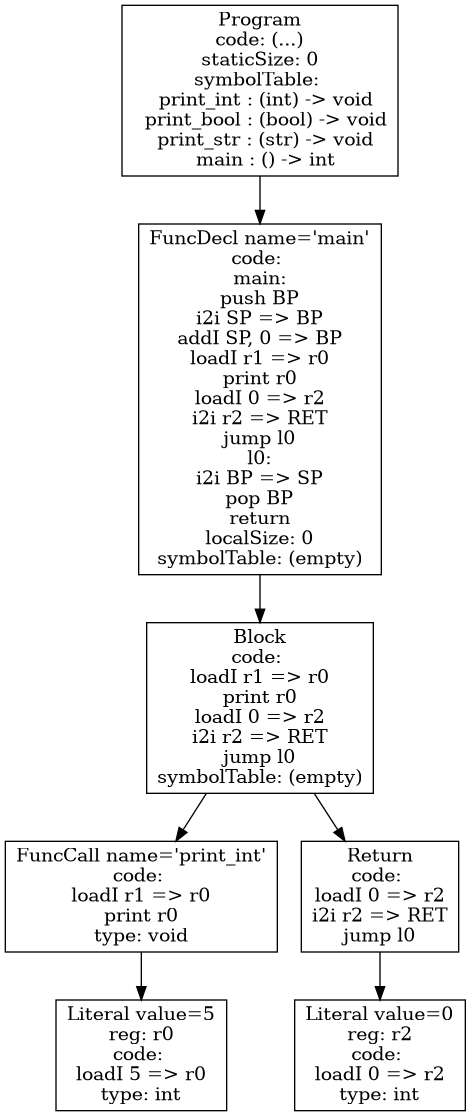
This is p4-codegen/iloc-tree.png from atrim11/CS432, a Graphviz export, as it was before one commit. Its source is kept beside it as p4-codegen/iloc-tree.dot.
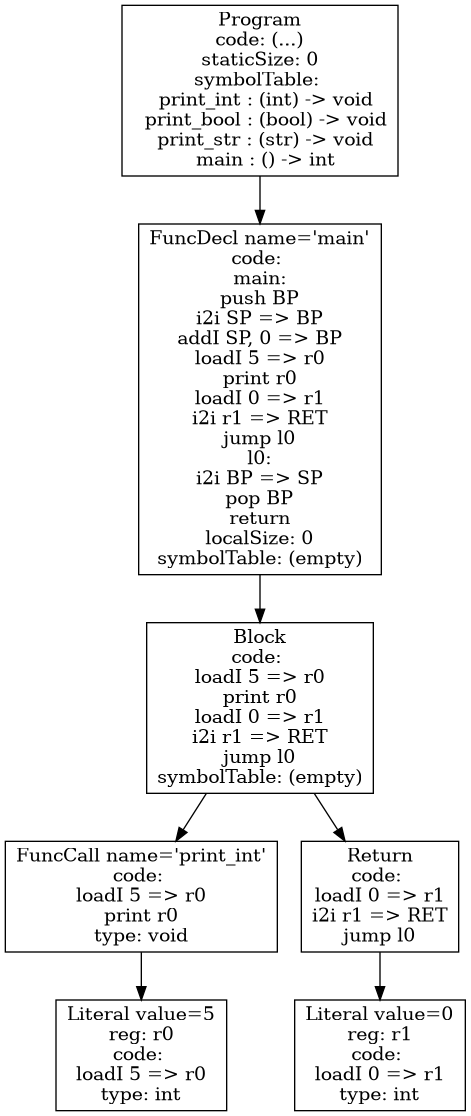
After the commit.

Commit message:
print methods working

Diff of the diagram source:
```diff
@@ -1,14 +1,14 @@
 digraph AST {
 4 [shape=box, label="Literal value=5\nreg: r0\ncode: \nloadI 5 => r0\ntype: int"];
-3 [shape=box, label="FuncCall name='print_int'\ncode: \nloadI r1 => r0\nprint r0\ntype: void"];
+3 [shape=box, label="FuncCall name='print_int'\ncode: \nloadI 5 => r0\nprint r0\ntype: void"];
 3 -> 4;
-6 [shape=box, label="Literal value=0\nreg: r2\ncode: \nloadI 0 => r2\ntype: int"];
-5 [shape=box, label="Return\ncode: \nloadI 0 => r2\ni2i r2 => RET\njump l0"];
+6 [shape=box, label="Literal value=0\nreg: r1\ncode: \nloadI 0 => r1\ntype: int"];
+5 [shape=box, label="Return\ncode: \nloadI 0 => r1\ni2i r1 => RET\njump l0"];
 5 -> 6;
-2 [shape=box, label="Block\ncode: \nloadI r1 => r0\nprint r0\nloadI 0 => r2\ni2i r2 => RET\njump l0\nsymbolTable: (empty)"];
+2 [shape=box, label="Block\ncode: \nloadI 5 => r0\nprint r0\nloadI 0 => r1\ni2i r1 => RET\njump l0\nsymbolTable: (empty)"];
 2 -> 3;
 2 -> 5;
-1 [shape=box, label="FuncDecl name='main'\ncode: \nmain:\npush BP\ni2i SP => BP\naddI SP, 0 => BP\nloadI r1 => r0\nprint r0\nloadI 0 => r2\ni2i r2 => RET\njump l0\nl0:\ni2i BP => SP\npop BP\nreturn\nlocalSize: 0\nsymbolTable: (empty)"];
+1 [shape=box, label="FuncDecl name='main'\ncode: \nmain:\npush BP\ni2i SP => BP\naddI SP, 0 => BP\nloadI 5 => r0\nprint r0\nloadI 0 => r1\ni2i r1 => RET\njump l0\nl0:\ni2i BP => SP\npop BP\nreturn\nlocalSize: 0\nsymbolTable: (empty)"];
 1 -> 2;
 0 [shape=box, label="Program\ncode: (...)\nstaticSize: 0\nsymbolTable: \n  print_int : (int) -> void\n  print_bool : (bool) -> void\n  print_str : (str) -> void\n  main : () -> int"];
 0 -> 1;
```
